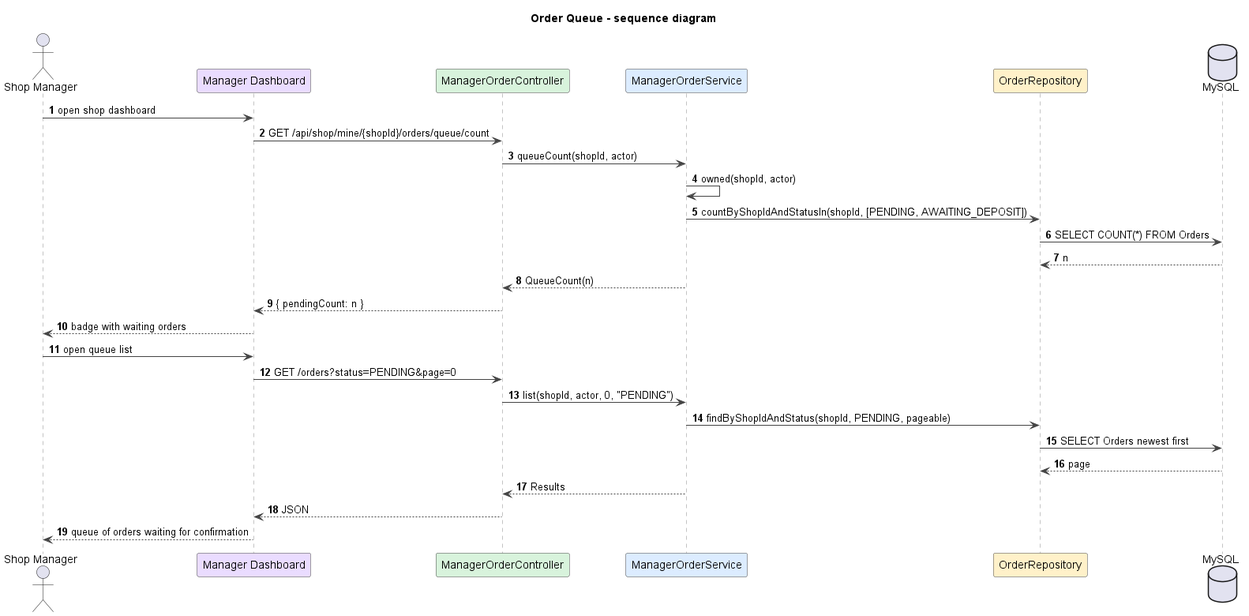
The PlantUML diagram docs/diagrams/03-order-queue-sequence.png in duckpao/FlowerShop_SWP391, before a commit. The source it was exported from:
```plantuml
@startuml
title Order Queue - sequence diagram
autonumber
skinparam shadowing false
skinparam defaultFontName Arial
skinparam wrapWidth 240
skinparam ArrowColor #444444
skinparam sequenceMessageAlign left
skinparam sequence {
  LifeLineBorderColor #888888
  ParticipantBorderColor #444444
  ParticipantBackgroundColor #FFFFFF
}

actor "Shop Manager" as M
participant "Manager Dashboard" as UI #EADCFF
participant ManagerOrderController as C #D8F3DC
participant ManagerOrderService as S #DCECFF
participant OrderRepository as R #FFF1C9
database MySQL

M -> UI : open shop dashboard
UI -> C : GET /api/shop/mine/{shopId}/orders/queue/count
C -> S : queueCount(shopId, actor)
S -> S : owned(shopId, actor)
S -> R : countByShopIdAndStatusIn(shopId, [PENDING, AWAITING_DEPOSIT])
R -> MySQL : SELECT COUNT(*) FROM Orders
MySQL --> R : n
S --> C : QueueCount(n)
C --> UI : { pendingCount: n }
UI --> M : badge with waiting orders

M -> UI : open queue list
UI -> C : GET /orders?status=PENDING&page=0
C -> S : list(shopId, actor, 0, "PENDING")
S -> R : findByShopIdAndStatus(shopId, PENDING, pageable)
R -> MySQL : SELECT Orders newest first
MySQL --> R : page
S --> C : Results
C --> UI : JSON
UI --> M : queue of orders waiting for confirmation

@enduml
```
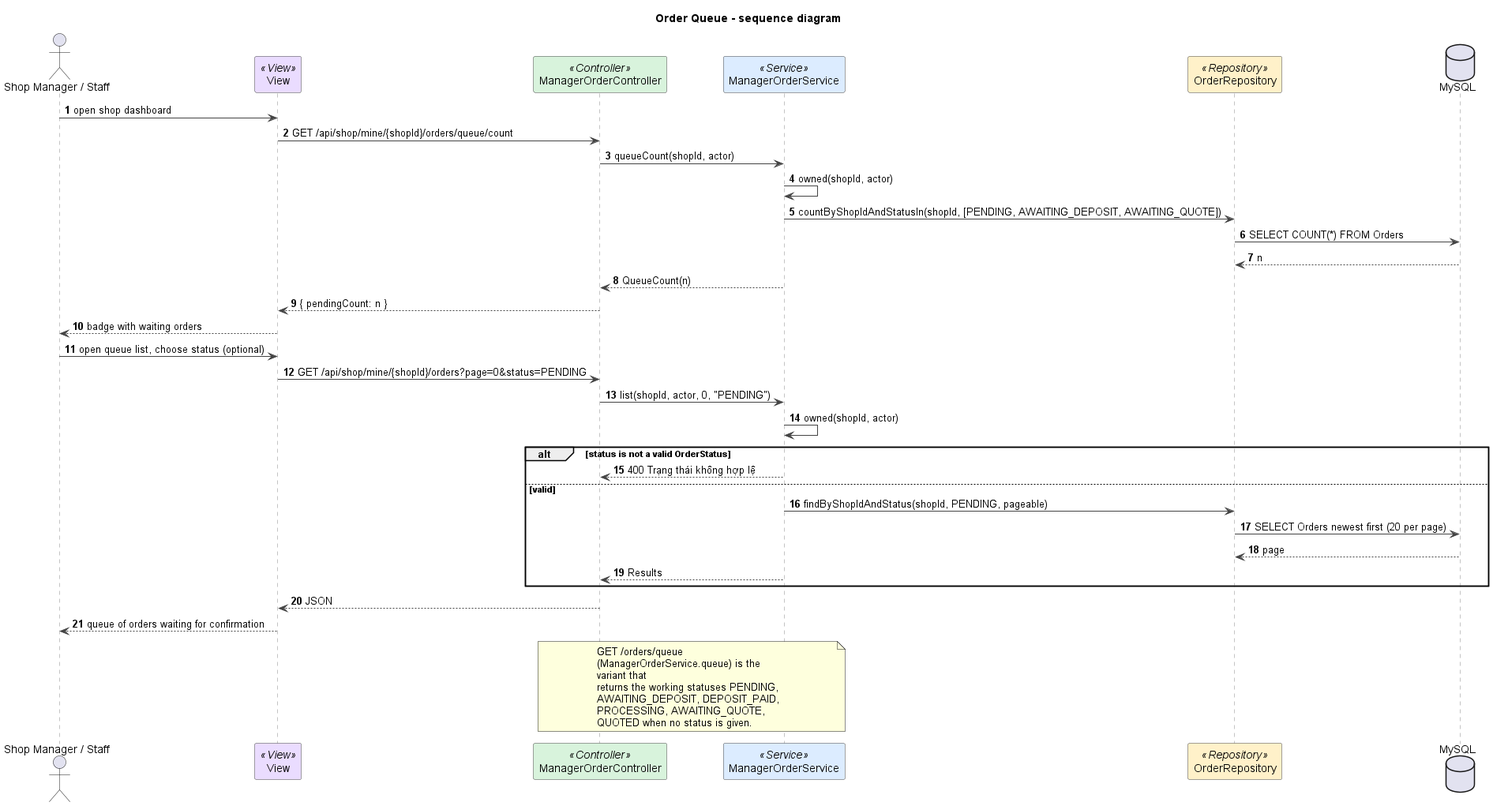
The same file after the commit.

What changed in the source:
```diff
@@ -12,32 +12,43 @@
   ParticipantBackgroundColor #FFFFFF
 }
 
-actor "Shop Manager" as M
-participant "Manager Dashboard" as UI #EADCFF
-participant ManagerOrderController as C #D8F3DC
-participant ManagerOrderService as S #DCECFF
-participant OrderRepository as R #FFF1C9
+actor "Shop Manager / Staff" as M
+participant "View" as V <<View>> #EADCFF
+participant ManagerOrderController as C <<Controller>> #D8F3DC
+participant ManagerOrderService as S <<Service>> #DCECFF
+participant OrderRepository as R <<Repository>> #FFF1C9
 database MySQL
 
-M -> UI : open shop dashboard
-UI -> C : GET /api/shop/mine/{shopId}/orders/queue/count
+M -> V : open shop dashboard
+V -> C : GET /api/shop/mine/{shopId}/orders/queue/count
 C -> S : queueCount(shopId, actor)
 S -> S : owned(shopId, actor)
-S -> R : countByShopIdAndStatusIn(shopId, [PENDING, AWAITING_DEPOSIT])
+S -> R : countByShopIdAndStatusIn(shopId, [PENDING, AWAITING_DEPOSIT, AWAITING_QUOTE])
 R -> MySQL : SELECT COUNT(*) FROM Orders
 MySQL --> R : n
 S --> C : QueueCount(n)
-C --> UI : { pendingCount: n }
-UI --> M : badge with waiting orders
+C --> V : { pendingCount: n }
+V --> M : badge with waiting orders
 
-M -> UI : open queue list
-UI -> C : GET /orders?status=PENDING&page=0
+M -> V : open queue list, choose status (optional)
+V -> C : GET /api/shop/mine/{shopId}/orders?page=0&status=PENDING
 C -> S : list(shopId, actor, 0, "PENDING")
-S -> R : findByShopIdAndStatus(shopId, PENDING, pageable)
-R -> MySQL : SELECT Orders newest first
-MySQL --> R : page
-S --> C : Results
-C --> UI : JSON
-UI --> M : queue of orders waiting for confirmation
+S -> S : owned(shopId, actor)
+alt status is not a valid OrderStatus
+  S --> C : 400 Trạng thái không hợp lệ
+else valid
+  S -> R : findByShopIdAndStatus(shopId, PENDING, pageable)
+  R -> MySQL : SELECT Orders newest first (20 per page)
+  MySQL --> R : page
+  S --> C : Results
+end
+C --> V : JSON
+V --> M : queue of orders waiting for confirmation
+
+note over C, S
+GET /orders/queue (ManagerOrderService.queue) is the variant that
+returns the working statuses PENDING, AWAITING_DEPOSIT, DEPOSIT_PAID,
+PROCESSING, AWAITING_QUOTE, QUOTED when no status is given.
+end note
 
 @enduml
```
